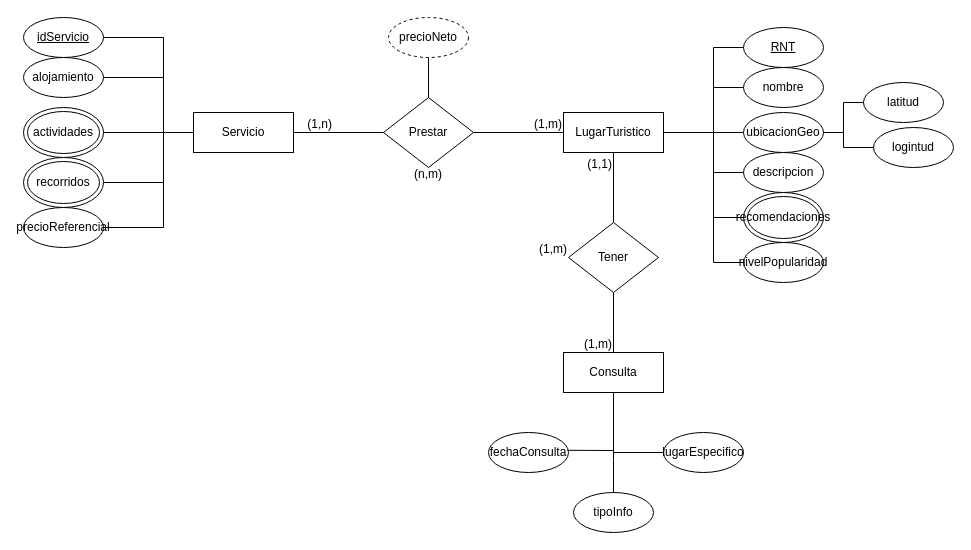
migueCOLORADO/SecretariaTurismoBD keeps this draw.io diagram as Diagramas/eR.dio. Above is the earlier version. Source tidied: cells renumbered, new cells numbered last; positions are measured from the earlier drawing's top-left corner, leaving out a move shared by most shapes. Both pictures are drawn from the tidied source at 100%, with x=0, y=0 at pixel (23, 17).
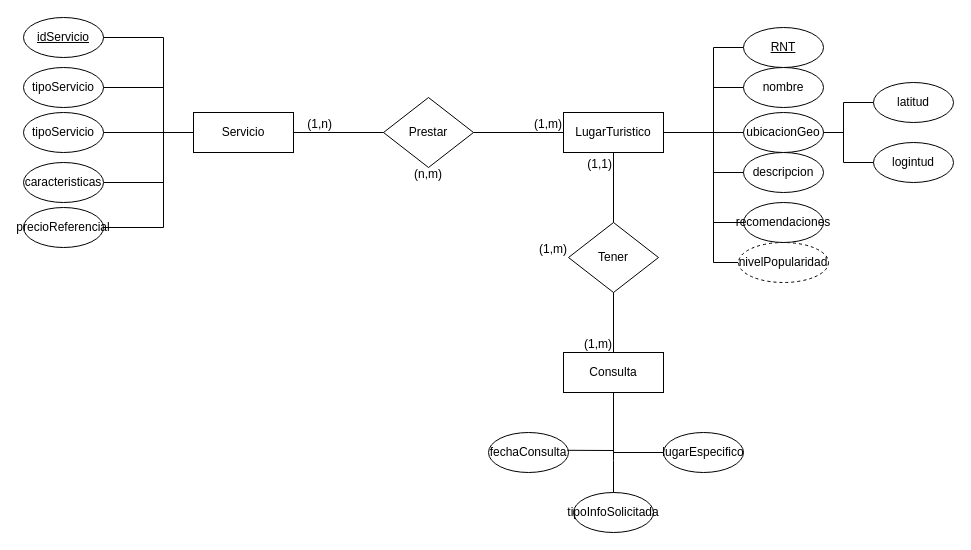
After the change.

Commit message (it also covers changes not shown here):
V2.2.1 | Actualización del ER

The change refers to these unchanged cells:
```xml
<mxCell id="2" value="Servicio" style="whiteSpace=wrap;html=1;align=center;" parent="1" vertex="1">
  <mxGeometry x="170" y="95" width="100" height="40" as="geometry" />
</mxCell>
<mxCell id="4" value="LugarTuristico" style="whiteSpace=wrap;html=1;align=center;" parent="1" vertex="1">
  <mxGeometry x="540" y="95" width="100" height="40" as="geometry" />
</mxCell>
<mxCell id="5" value="Prestar" style="shape=rhombus;perimeter=rhombusPerimeter;whiteSpace=wrap;html=1;align=center;" parent="1" vertex="1">
  <mxGeometry x="360" y="80" width="90" height="70" as="geometry" />
</mxCell>
<mxCell id="12" value="ubicacionGeo" style="ellipse;whiteSpace=wrap;html=1;align=center;" parent="1" vertex="1">
  <mxGeometry x="720" y="95" width="80" height="40" as="geometry" />
</mxCell>
```

The edit, as a diff of the source:
```diff
@@
-    <mxCell id="14" value="recomendaciones" style="ellipse;shape=doubleEllipse;whiteSpace=wrap;html=1;" parent="1" vertex="1">
-      <mxGeometry x="720" y="175" width="80" height="50" as="geometry" />
-    </mxCell>
@@
     <mxCell id="19" style="endArrow=none;html=1;rounded=0;entryX=1;entryY=0.5;entryDx=0;entryDy=0;exitX=0;exitY=0.5;exitDx=0;exitDy=0;" parent="1" edge="1" source="14" target="4">
       <mxGeometry relative="1" as="geometry">
         <Array as="points">
-          <mxPoint x="690" y="200" />
+          <mxPoint x="690" y="205" />
           <mxPoint x="690" y="115" />
         </Array>
       </mxGeometry>
     </mxCell>
@@
-    <mxCell id="21" value="alojamiento" style="ellipse;whiteSpace=wrap;html=1;align=center;" parent="1" vertex="1">
-      <mxGeometry y="40" width="80" height="40" as="geometry" />
-    </mxCell>
-    <mxCell id="22" value="actividades" style="ellipse;shape=doubleEllipse;whiteSpace=wrap;html=1;" parent="1" vertex="1">
-      <mxGeometry y="90" width="80" height="50" as="geometry" />
-    </mxCell>
-    <mxCell id="23" value="recorridos" style="ellipse;shape=doubleEllipse;whiteSpace=wrap;html=1;" parent="1" vertex="1">
-      <mxGeometry y="140" width="80" height="50" as="geometry" />
-    </mxCell>
@@
-    <mxCell id="25" value="precioNeto" style="ellipse;whiteSpace=wrap;html=1;align=center;dashed=1;" parent="1" vertex="1">
-      <mxGeometry x="365" width="80" height="40" as="geometry" />
-    </mxCell>
@@
-    <mxCell id="28" style="endArrow=none;html=1;rounded=0;entryX=1;entryY=0.5;entryDx=0;entryDy=0;exitX=0;exitY=0.5;exitDx=0;exitDy=0;" parent="1" edge="1" source="2" target="23">
+    <mxCell id="28" style="endArrow=none;html=1;rounded=0;entryX=1;entryY=0.5;entryDx=0;entryDy=0;exitX=0;exitY=0.5;exitDx=0;exitDy=0;" parent="1" edge="1" source="2" target="54">
       <mxGeometry relative="1" as="geometry">
         <Array as="points">
           <mxPoint x="140" y="115" />
           <mxPoint x="140" y="165" />
         </Array>
       </mxGeometry>
     </mxCell>
-    <mxCell id="29" style="endArrow=none;html=1;rounded=0;entryX=1;entryY=0.5;entryDx=0;entryDy=0;exitX=0;exitY=0.5;exitDx=0;exitDy=0;" parent="1" edge="1" source="2" target="22">
+    <mxCell id="29" style="endArrow=none;html=1;rounded=0;entryX=1;entryY=0.5;entryDx=0;entryDy=0;exitX=0;exitY=0.5;exitDx=0;exitDy=0;" parent="1" edge="1" source="2" target="51">
       <mxGeometry relative="1" as="geometry">
         <Array as="points">
           <mxPoint x="140" y="115" />
         </Array>
       </mxGeometry>
     </mxCell>
-    <mxCell id="30" style="endArrow=none;html=1;rounded=0;entryX=1;entryY=0.5;entryDx=0;entryDy=0;exitX=0;exitY=0.5;exitDx=0;exitDy=0;" parent="1" edge="1" source="2" target="21">
-      <mxGeometry relative="1" as="geometry">
-        <Array as="points">
-          <mxPoint x="140" y="115" />
-          <mxPoint x="140" y="60" />
-        </Array>
-      </mxGeometry>
-    </mxCell>
@@
-    <mxCell id="33" value="tipoInfo" style="ellipse;whiteSpace=wrap;html=1;align=center;" parent="1" vertex="1">
+    <mxCell id="33" value="tipoInfoSolicitada" style="ellipse;whiteSpace=wrap;html=1;align=center;" parent="1" vertex="1">
       <mxGeometry x="550" y="475" width="80" height="40" as="geometry" />
     </mxCell>
@@
     <mxCell id="37" value="latitud" style="ellipse;whiteSpace=wrap;html=1;align=center;" parent="1" vertex="1">
-      <mxGeometry x="840" y="65" width="80" height="40" as="geometry" />
+      <mxGeometry x="850" y="65" width="80" height="40" as="geometry" />
     </mxCell>
     <mxCell id="38" value="logintud" style="ellipse;whiteSpace=wrap;html=1;align=center;" parent="1" vertex="1">
-      <mxGeometry x="850" y="110" width="80" height="40" as="geometry" />
+      <mxGeometry x="850" y="125" width="80" height="40" as="geometry" />
     </mxCell>
@@
     <mxCell id="40" style="endArrow=none;html=1;rounded=0;exitX=0;exitY=0.5;exitDx=0;exitDy=0;entryX=1;entryY=0.5;entryDx=0;entryDy=0;" parent="1" edge="1" source="38" target="12">
       <mxGeometry relative="1" as="geometry">
         <Array as="points">
-          <mxPoint x="820" y="130" />
+          <mxPoint x="820" y="145" />
           <mxPoint x="820" y="115" />
         </Array>
       </mxGeometry>
     </mxCell>
@@
-    <mxCell id="42" value="nivelPopularidad" style="ellipse;whiteSpace=wrap;html=1;align=center;" parent="1" vertex="1">
-      <mxGeometry x="720" y="225" width="80" height="40" as="geometry" />
-    </mxCell>
@@
-    <mxCell id="44" style="endArrow=none;html=1;rounded=0;entryX=0.5;entryY=0;entryDx=0;entryDy=0;exitX=0.5;exitY=1;exitDx=0;exitDy=0;" parent="1" edge="1" source="25" target="5">
-      <mxGeometry relative="1" as="geometry" />
-    </mxCell>
@@
+    <mxCell id="51" value="tipoServicio" style="ellipse;whiteSpace=wrap;html=1;align=center;" parent="1" vertex="1">
+      <mxGeometry y="95" width="80" height="40" as="geometry" />
+    </mxCell>
+    <mxCell id="52" value="tipoServicio" style="ellipse;whiteSpace=wrap;html=1;align=center;" parent="1" vertex="1">
+      <mxGeometry y="50" width="80" height="40" as="geometry" />
+    </mxCell>
+    <mxCell id="53" style="endArrow=none;html=1;rounded=0;exitX=0;exitY=0.5;exitDx=0;exitDy=0;entryX=1;entryY=0.5;entryDx=0;entryDy=0;" parent="1" edge="1" source="2" target="52">
+      <mxGeometry relative="1" as="geometry">
+        <Array as="points">
+          <mxPoint x="140" y="115" />
+          <mxPoint x="140" y="70" />
+        </Array>
+      </mxGeometry>
+    </mxCell>
+    <mxCell id="42" value="nivelPopularidad" style="ellipse;whiteSpace=wrap;html=1;align=center;dashed=1;" parent="1" vertex="1">
+      <mxGeometry x="715" y="225" width="90" height="40" as="geometry" />
+    </mxCell>
+    <mxCell id="54" value="caracteristicas" style="ellipse;whiteSpace=wrap;html=1;align=center;" parent="1" vertex="1">
+      <mxGeometry y="145" width="80" height="40" as="geometry" />
+    </mxCell>
+    <mxCell id="14" value="recomendaciones" style="ellipse;whiteSpace=wrap;html=1;align=center;" parent="1" vertex="1">
+      <mxGeometry x="720" y="185" width="80" height="40" as="geometry" />
+    </mxCell>
```
